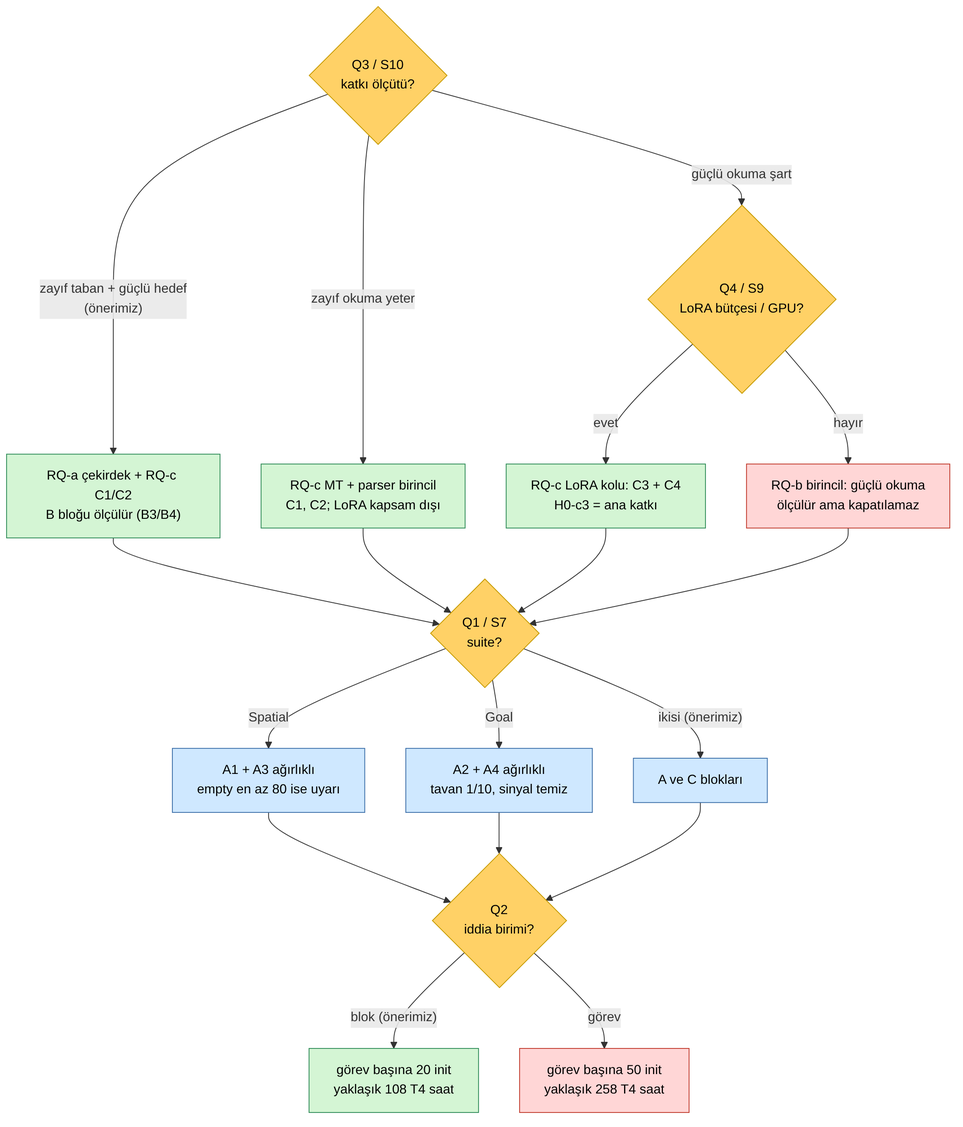
Earlier version of the Mermaid export lectures/images/lecture-30/01-decision-tree.png (mesutd0nmez/vla-robot-learning-tr). Its source is kept beside it as lectures/images/lecture-30/01-decision-tree.mmd.
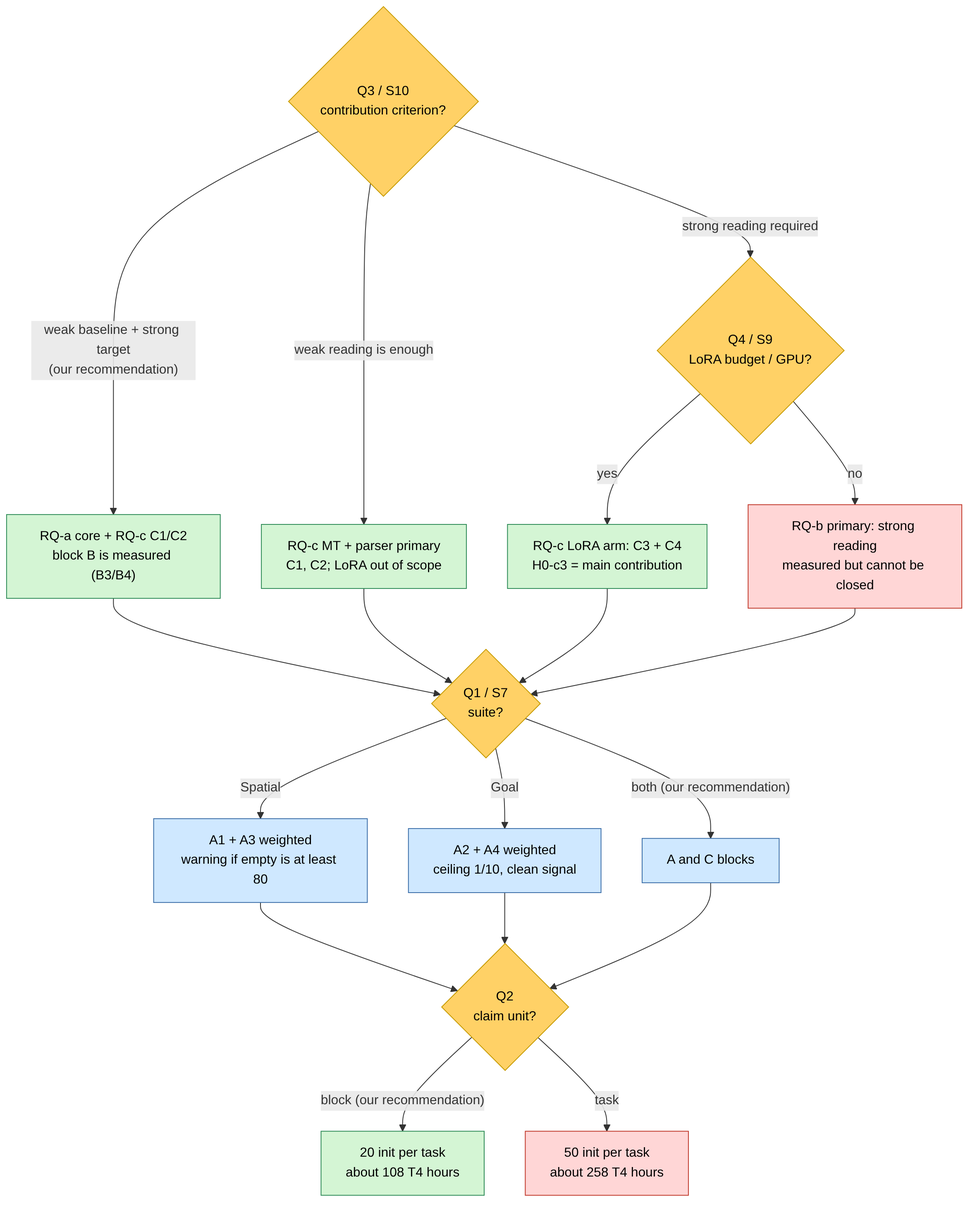
Above is the later version.

Diff of the diagram source:
```diff
@@ -1,22 +1,22 @@
 flowchart TB
-  S10{"Q3 / S10<br/>katkı ölçütü?"}:::key
-  S10 -- "zayıf okuma yeter" --> W["RQ-c MT + parser birincil<br/>C1, C2; LoRA kapsam dışı"]:::out
-  S10 -- "güçlü okuma şart" --> S9{"Q4 / S9<br/>LoRA bütçesi / GPU?"}:::key
-  S10 -- "zayıf taban + güçlü hedef<br/>(önerimiz)" --> MIX["RQ-a çekirdek + RQ-c C1/C2<br/>B bloğu ölçülür (B3/B4)"]:::out
-  S9 -- "evet" --> L["RQ-c LoRA kolu: C3 + C4<br/>H0-c3 = ana katkı"]:::out
-  S9 -- "hayır" --> NB["RQ-b birincil: güçlü okuma<br/>ölçülür ama kapatılamaz"]:::prob
+  S10{"Q3 / S10<br/>contribution criterion?"}:::key
+  S10 -- "weak reading is enough" --> W["RQ-c MT + parser primary<br/>C1, C2; LoRA out of scope"]:::out
+  S10 -- "strong reading required" --> S9{"Q4 / S9<br/>LoRA budget / GPU?"}:::key
+  S10 -- "weak baseline + strong target<br/>(our recommendation)" --> MIX["RQ-a core + RQ-c C1/C2<br/>block B is measured (B3/B4)"]:::out
+  S9 -- "yes" --> L["RQ-c LoRA arm: C3 + C4<br/>H0-c3 = main contribution"]:::out
+  S9 -- "no" --> NB["RQ-b primary: strong reading<br/>measured but cannot be closed"]:::prob
   MIX --> S7{"Q1 / S7<br/>suite?"}:::key
   W --> S7
   L --> S7
   NB --> S7
-  S7 -- "Spatial" --> SP["A1 + A3 ağırlıklı<br/>empty en az 80 ise uyarı"]:::in
-  S7 -- "Goal" --> GO["A2 + A4 ağırlıklı<br/>tavan 1/10, sinyal temiz"]:::in
-  S7 -- "ikisi (önerimiz)" --> BO["A ve C blokları"]:::in
-  SP --> U{"Q2<br/>iddia birimi?"}:::key
+  S7 -- "Spatial" --> SP["A1 + A3 weighted<br/>warning if empty is at least 80"]:::in
+  S7 -- "Goal" --> GO["A2 + A4 weighted<br/>ceiling 1/10, clean signal"]:::in
+  S7 -- "both (our recommendation)" --> BO["A and C blocks"]:::in
+  SP --> U{"Q2<br/>claim unit?"}:::key
   GO --> U
   BO --> U
-  U -- "blok (önerimiz)" --> LEAN["görev başına 20 init<br/>yaklaşık 108 T4 saat"]:::out
-  U -- "görev" --> FULL["görev başına 50 init<br/>yaklaşık 258 T4 saat"]:::prob
+  U -- "block (our recommendation)" --> LEAN["20 init per task<br/>about 108 T4 hours"]:::out
+  U -- "task" --> FULL["50 init per task<br/>about 258 T4 hours"]:::prob
   classDef key fill:#ffd166,stroke:#c79a00,color:#000
   classDef in fill:#cfe8ff,stroke:#3b6ea8,color:#000
   classDef out fill:#d4f5d4,stroke:#2e8b57,color:#000
```
